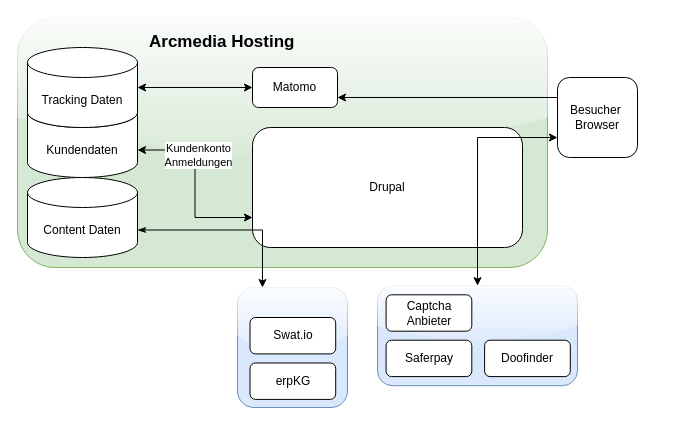
leedave/drawio_diagrams keeps this draw.io diagram as ref-kirche-datenumgang.drawio. Above is the earlier version. Source tidied: cells renumbered, new cells numbered last; positions are measured from the earlier drawing's top-left corner, leaving out a move shared by most shapes. Both pictures are drawn from the tidied source at 100%, with x=0, y=0 at pixel (17, 17).
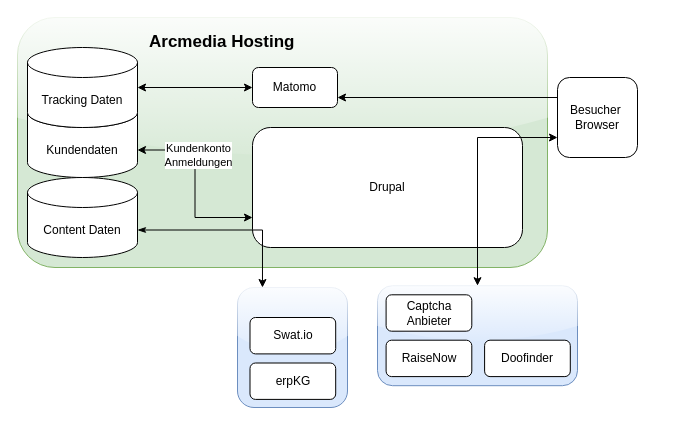
After the change.

The change refers to these unchanged cells:
```xml
<mxCell id="18" style="group;" parent="13" vertex="1">
  <mxGeometry x="140" y="-1.8" width="300" height="100" as="geometry" />
</mxCell>
```

What changed in the source:
```diff
@@
-    <mxCell id="20" value="Saferpay" style="rounded=1;whiteSpace=wrap;html=1;" parent="18" vertex="1">
+    <mxCell id="20" value="RaiseNow" style="rounded=1;whiteSpace=wrap;html=1;" parent="18" vertex="1">
       <mxGeometry x="8.6" y="54.5" width="85.7" height="36.4" as="geometry" />
     </mxCell>
```
